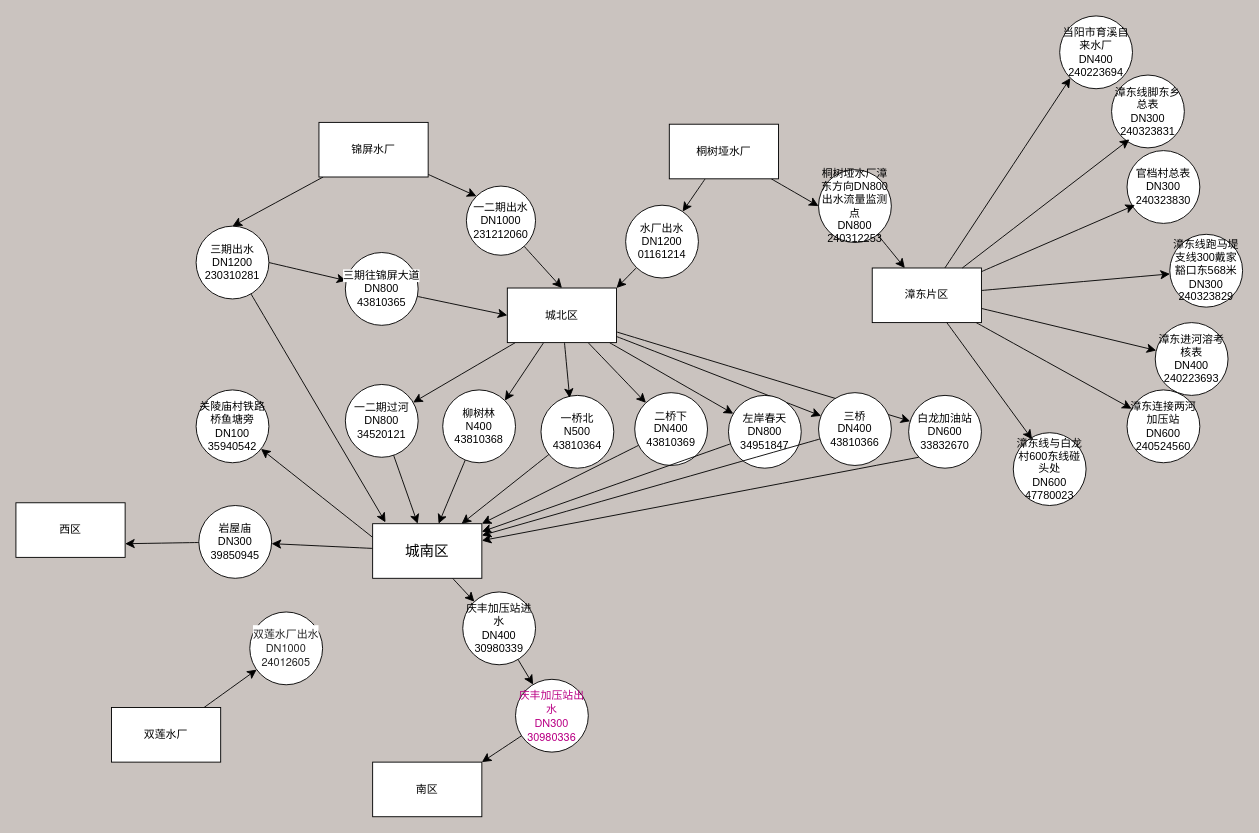
This is 当阳分区草图.drawio from Z-oney/CS-Notes, a draw.io file, before an edit. Source tidied: cells renumbered, new cells numbered last; positions are measured from the earlier drawing's top-left corner, leaving out a move shared by most shapes. Both pictures are drawn from the tidied source at 91%, with x=0, y=0 at pixel (15, 15).
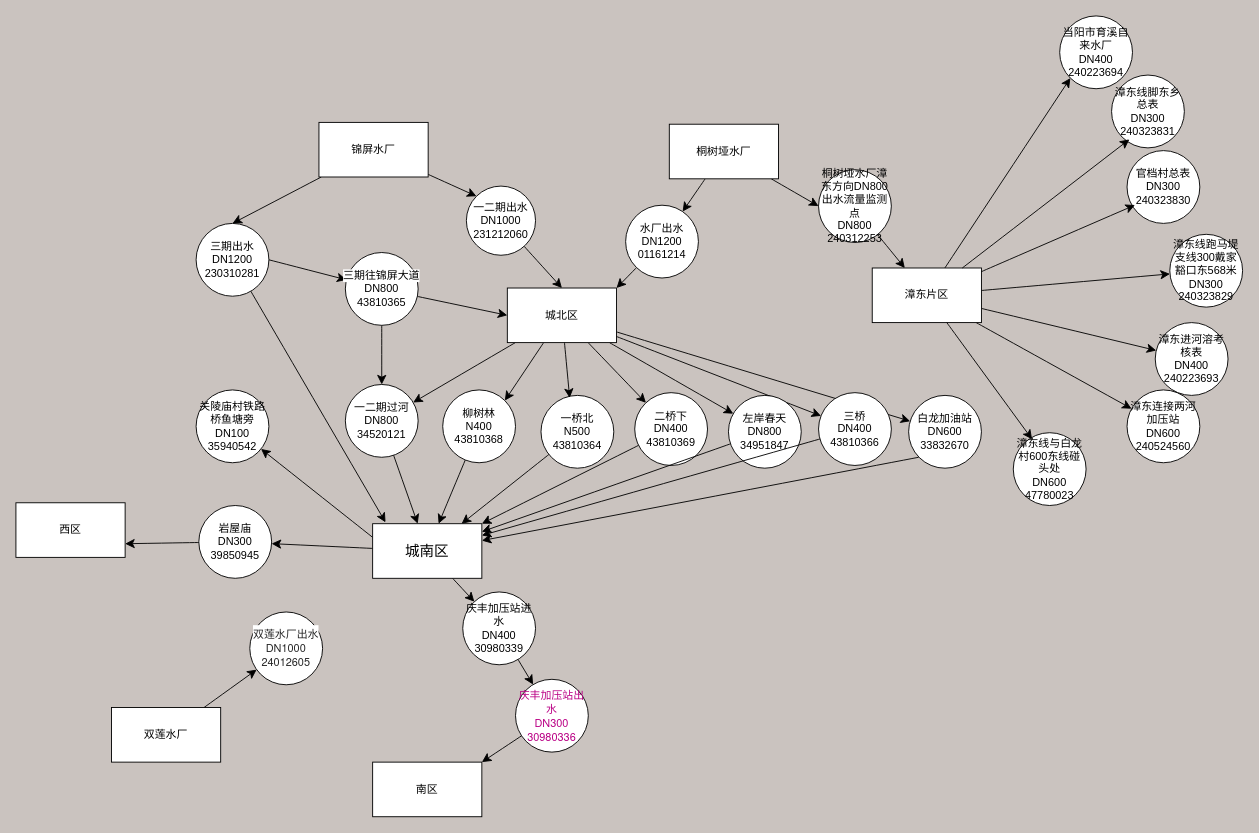
After the change.

Commit message:
更新当阳分区草图.drawio

The change refers to these unchanged cells:
```xml
<mxCell id="25" value="&lt;span style=&quot;text-wrap-mode: nowrap; background-color: rgb(255, 255, 255);&quot;&gt;三期往锦屏大道&lt;/span&gt;&lt;br style=&quot;text-wrap-mode: nowrap;&quot;&gt;&lt;span style=&quot;text-wrap-mode: nowrap; background-color: rgb(255, 255, 255);&quot;&gt;DN800&lt;/span&gt;&lt;br style=&quot;text-wrap-mode: nowrap;&quot;&gt;&lt;span style=&quot;text-wrap-mode: nowrap; background-color: rgb(255, 255, 255);&quot;&gt;43810365&lt;/span&gt;" style="ellipse;whiteSpace=wrap;html=1;" parent="1" vertex="1">
  <mxGeometry x="362" y="260" width="80" height="80" as="geometry" />
</mxCell>
<mxCell id="29" value="&lt;div&gt;一二期过河&lt;/div&gt;&lt;div&gt;DN800&lt;/div&gt;&lt;div&gt;34520121&lt;/div&gt;" style="ellipse;whiteSpace=wrap;html=1;direction=south;" parent="1" vertex="1">
  <mxGeometry x="362" y="405" width="80" height="80" as="geometry" />
</mxCell>
```

What changed in the source:
```diff
@@
     <mxCell id="23" value="&lt;div&gt;三期出水&lt;/div&gt;&lt;div&gt;DN1200&lt;/div&gt;&lt;div&gt;230310281&lt;/div&gt;" style="ellipse;whiteSpace=wrap;html=1;" parent="1" vertex="1">
-      <mxGeometry x="198" y="231" width="80" height="80" as="geometry" />
+      <mxGeometry x="198" y="228" width="80" height="80" as="geometry" />
     </mxCell>
@@
+    <mxCell id="72" style="edgeStyle=none;curved=1;rounded=0;jettySize=auto;html=1;fontSize=12;startSize=8;endSize=8;" parent="1" edge="1" source="25" target="29">
+      <mxGeometry relative="1" as="geometry" />
+    </mxCell>
```
